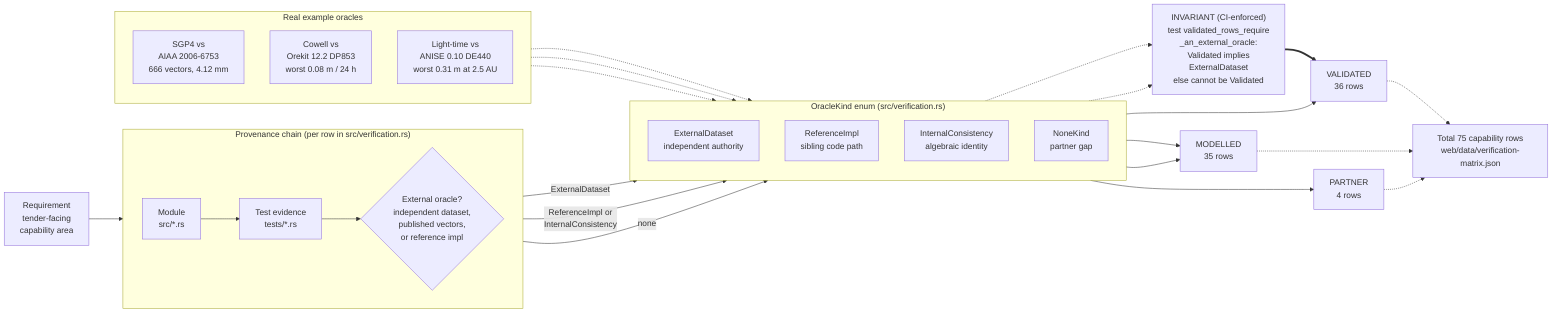
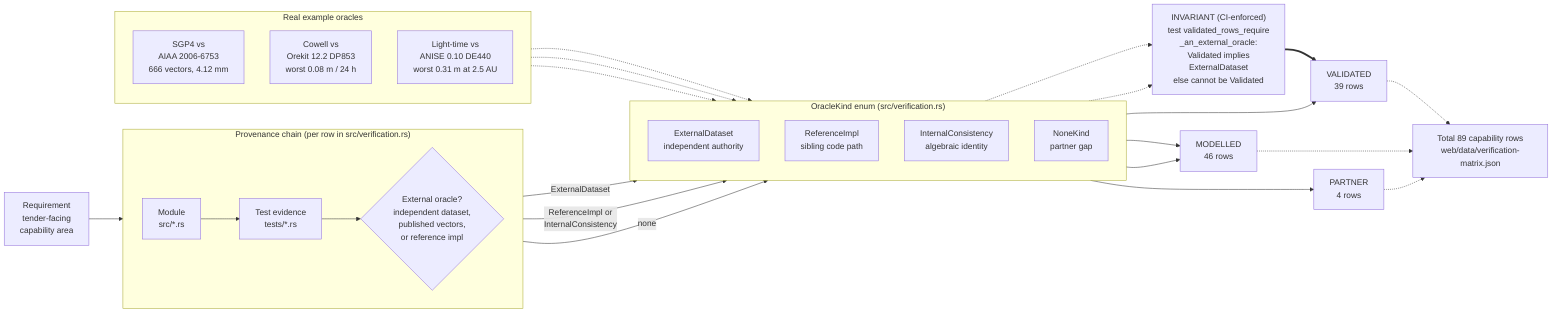
flowchart LR
    REQ["Requirement<br/>tender-facing<br/>capability area"]

    subgraph CHAIN["Provenance chain (per row in src/verification.rs)"]
        direction LR
        MOD["Module<br/>src/*.rs"]
        TST["Test evidence<br/>tests/*.rs"]
        ORA{"External oracle?<br/>independent dataset,<br/>published vectors,<br/>or reference impl"}
    end

    REQ --> MOD --> TST --> ORA

    subgraph KINDS["OracleKind enum (src/verification.rs)"]
        direction TD
        EXT["ExternalDataset<br/>independent authority"]
        REF["ReferenceImpl<br/>sibling code path"]
        INT["InternalConsistency<br/>algebraic identity"]
        NON["NoneKind<br/>partner gap"]
    end

    ORA -->|ExternalDataset| EXT
    ORA -->|"ReferenceImpl or<br/>InternalConsistency"| INT
    ORA -->|none| NON

    GUARD["INVARIANT (CI-enforced)<br/>test validated_rows_require<br/>_an_external_oracle:<br/>Validated implies<br/>ExternalDataset<br/>else cannot be Validated"]
    EXT -.-> GUARD
    INT -.-> GUARD

-     EXT --> VAL["VALIDATED<br/>36 rows"]
-     REF --> MDL["MODELLED<br/>35 rows"]
+     EXT --> VAL["VALIDATED<br/>39 rows"]
+     REF --> MDL["MODELLED<br/>46 rows"]
    INT --> MDL
    NON --> PRT["PARTNER<br/>4 rows"]
    GUARD ==> VAL

    subgraph EX["Real example oracles"]
        direction TD
        E1["SGP4 vs<br/>AIAA 2006-6753<br/>666 vectors, 4.12 mm"]
        E2["Cowell vs<br/>Orekit 12.2 DP853<br/>worst 0.08 m / 24 h"]
        E3["Light-time vs<br/>ANISE 0.10 DE440<br/>worst 0.31 m at 2.5 AU"]
    end

    E1 -.-> EXT
    E2 -.-> EXT
    E3 -.-> EXT

-     TOTAL["Total 75 capability rows<br/>web/data/verification-matrix.json"]
+     TOTAL["Total 89 capability rows<br/>web/data/verification-matrix.json"]
    VAL -.-> TOTAL
    MDL -.-> TOTAL
    PRT -.-> TOTAL
